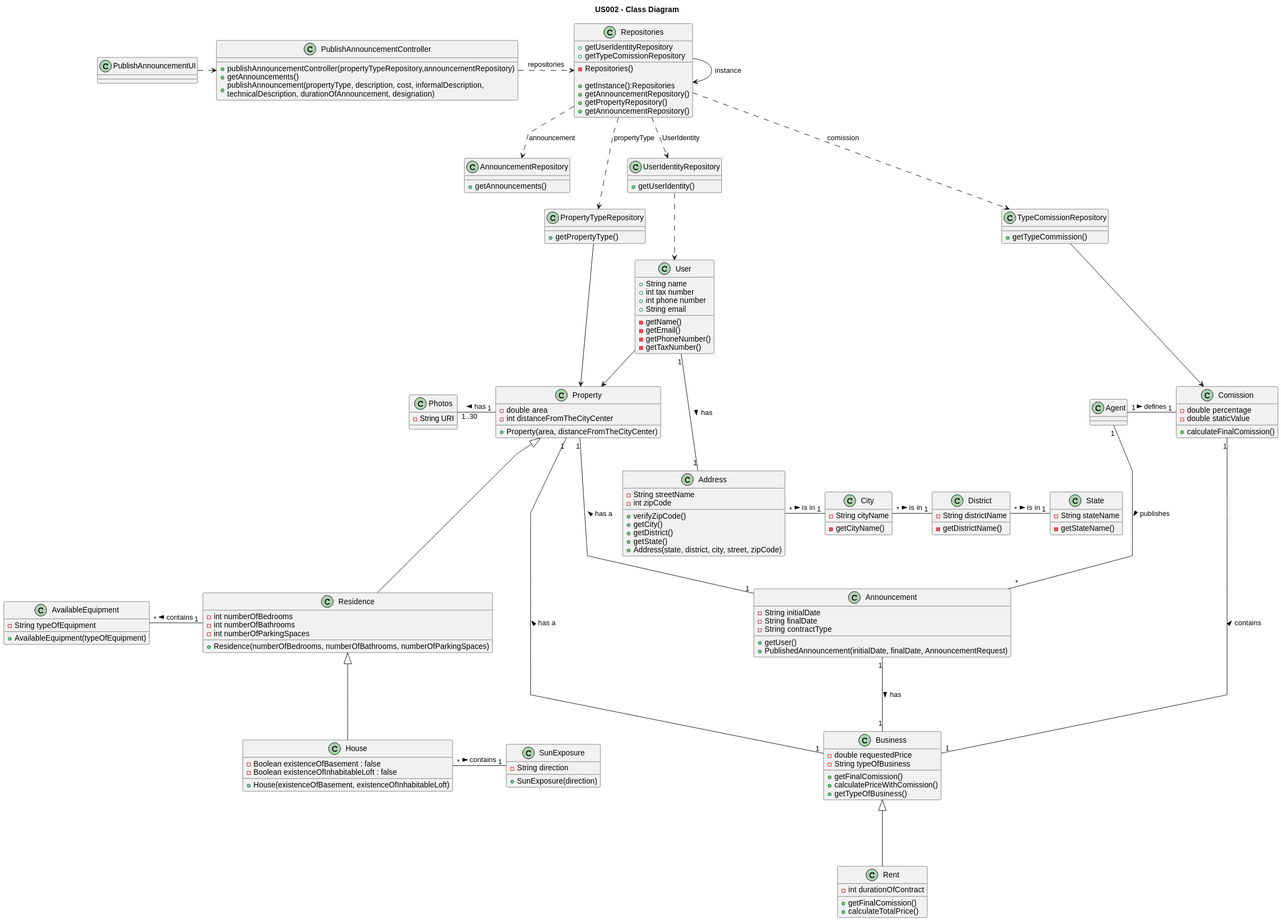
This is docs/sprintB/US02/03.design/svg/us002-class-diagram.svg from PureNimble/ISEP-LAPR2, a PlantUML export, as it was before one commit.
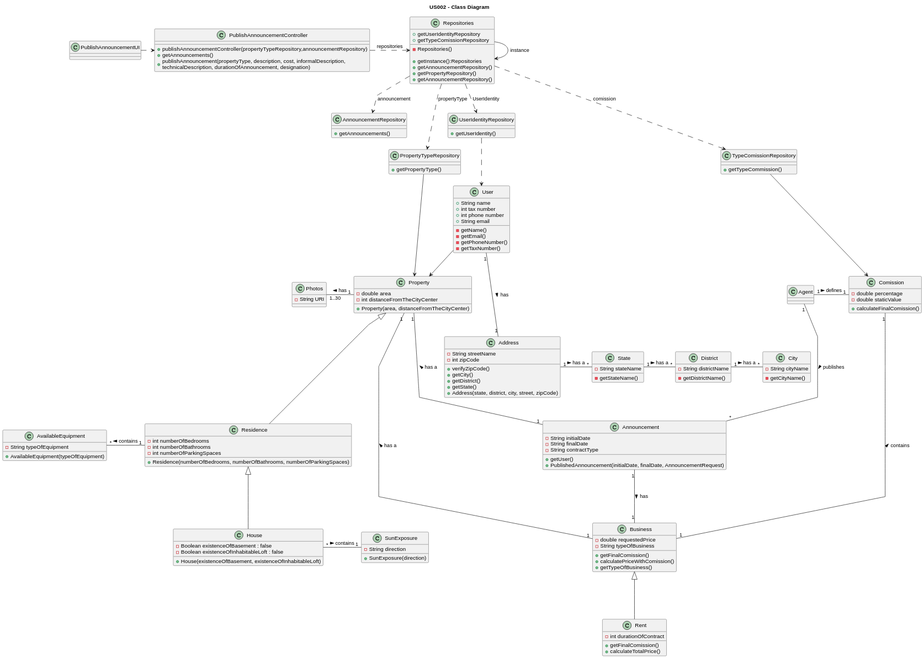
After the change.

Commit message:
Domain model US002 (svg correction)

What changed in the source:
```diff
@@ -111,11 +111,12 @@
     +getDistrict()
     +getState()
     +Address(state, district, city, street, zipCode)
-
 }
 
+
+
 class City {
-    - String cityName
+     - String cityName
 
     -getCityName()
 }
@@ -127,12 +128,10 @@
 }
 
 class State {
-    - String stateName
+   - String stateName
 
     -getStateName()
 }
-
-
 
 
 
@@ -196,9 +195,9 @@
 
 
 
-City "1"-left- "*" Address: is in <
-District "1"-left- "*" City: is in <
-State "1"-left- "*" District: is in <
+State "*"-left- "1" Address: has a  <
+City "*"-left- "1" District: has a  <
+District "*"-left- "1" State: has a  <
 User "1" --- "1" Address: has >
 UserIdentityRepository ..> User
 User --> Property
```
